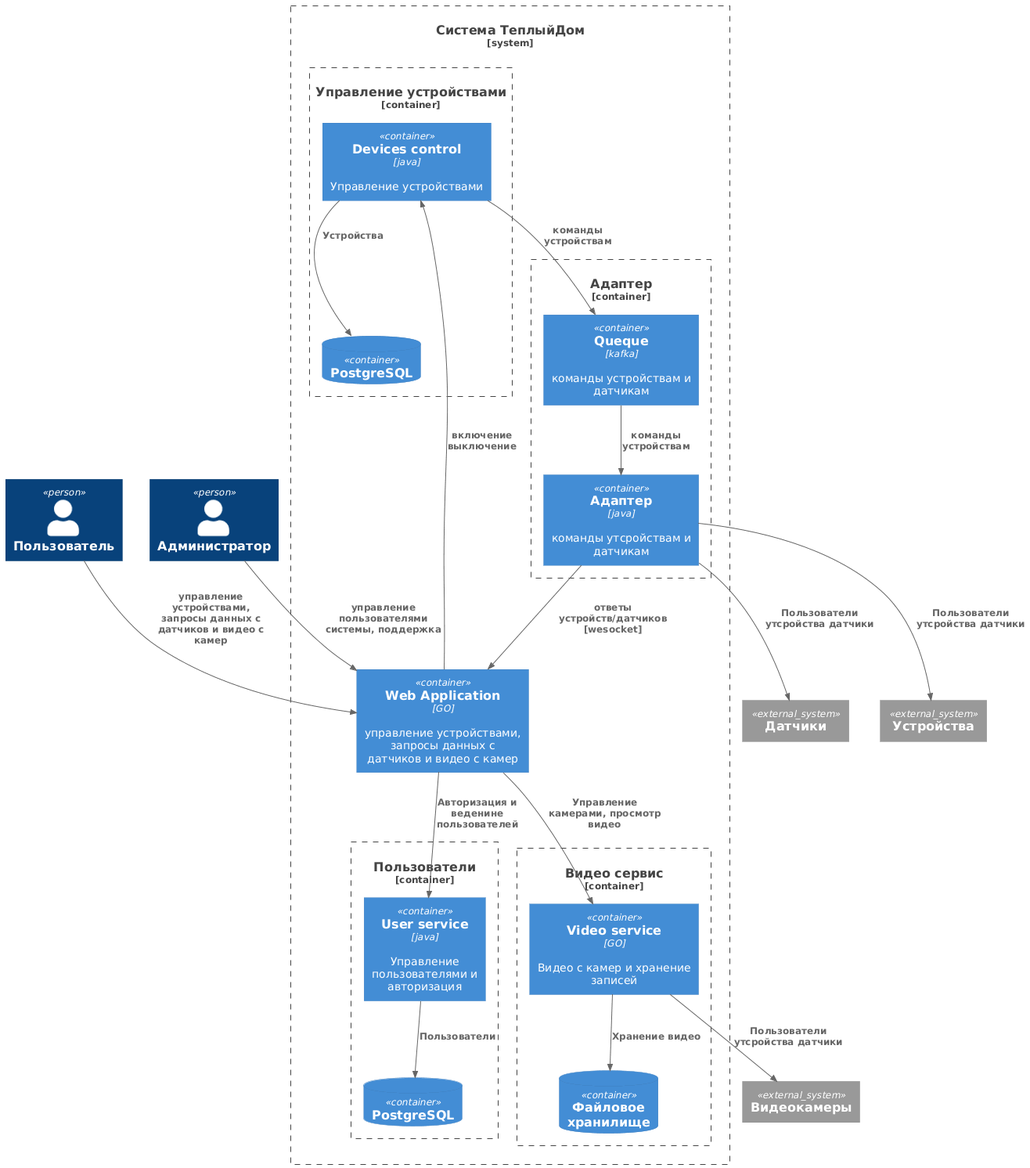
This is container_diagram.png from antonJagupov/warmhouse, a PlantUML export, as it was before one commit.
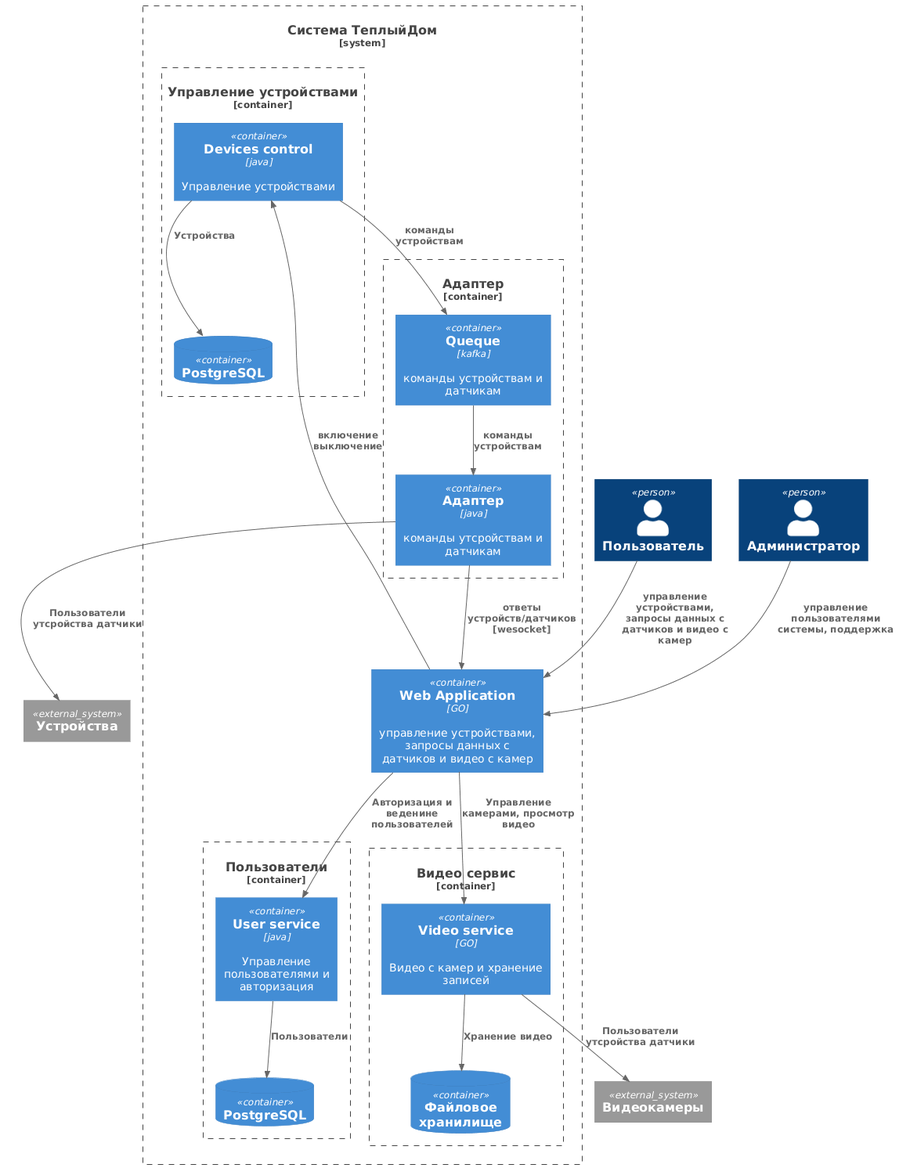
The same diagram one commit later.

The edit, as a diff of the source:
```diff
@@ -24,7 +24,6 @@
 
 }
 System_Ext(warmer, "Устройства")
-System_Ext(term, "Датчики")
 System_Ext(cams, "Видеокамеры")
 
 Rel(user, web_app, "управление устройствами, запросы данных с датчиков и видео с камер")
@@ -36,7 +35,6 @@
 Rel(users, db3, "Пользователи")
 Rel(video, db4, "Хранение видео")
 Rel(serv, warmer, "Пользователи утсройства датчики")
-Rel(serv, term, "Пользователи утсройства датчики")
 Rel(video, cams, "Пользователи утсройства датчики")
 Rel(device, kafka, "команды устройствам")
 Rel(kafka, serv, "команды устройствам")
```
